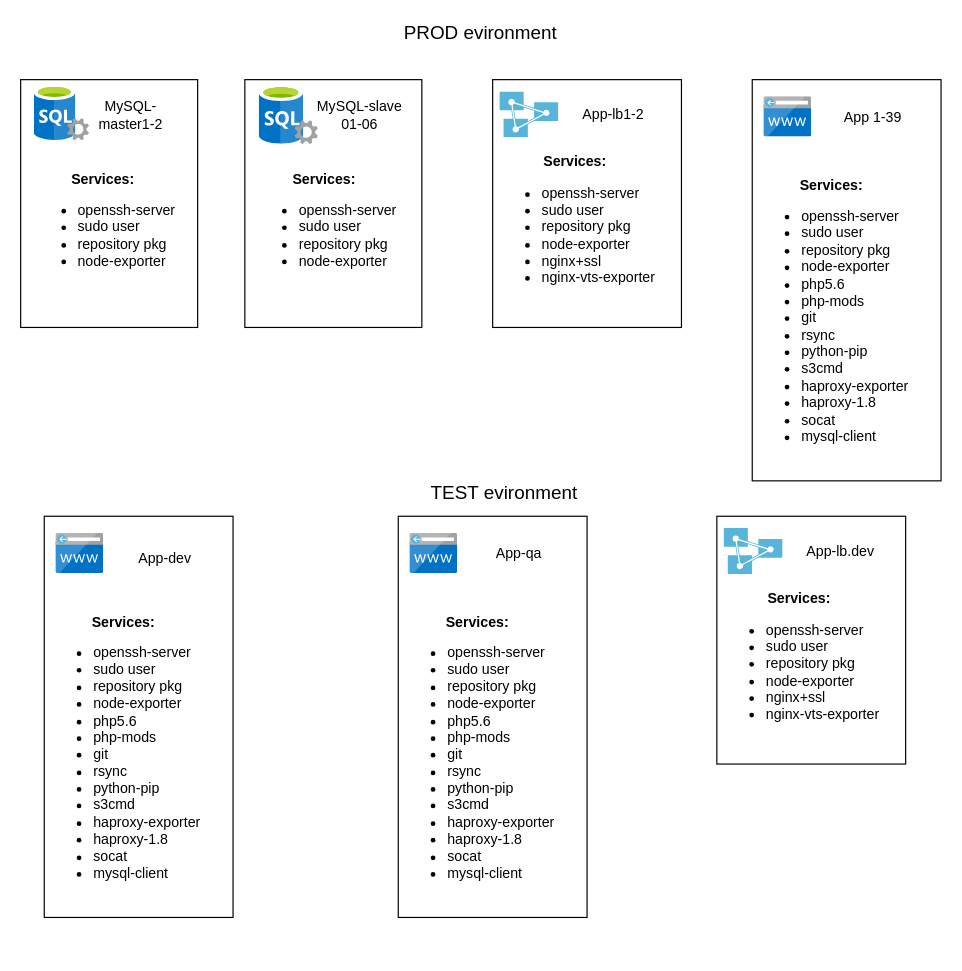
The draw.io diagram Untitled Diagram.drawio in SergeyKa-cmd/Rebrain, before the edit. Source tidied: cells renumbered, new cells numbered last; positions are measured from the earlier drawing's top-left corner, leaving out a move shared by most shapes. Both pictures are drawn from the tidied source at 118%, with x=0, y=0 at pixel (20, 20).
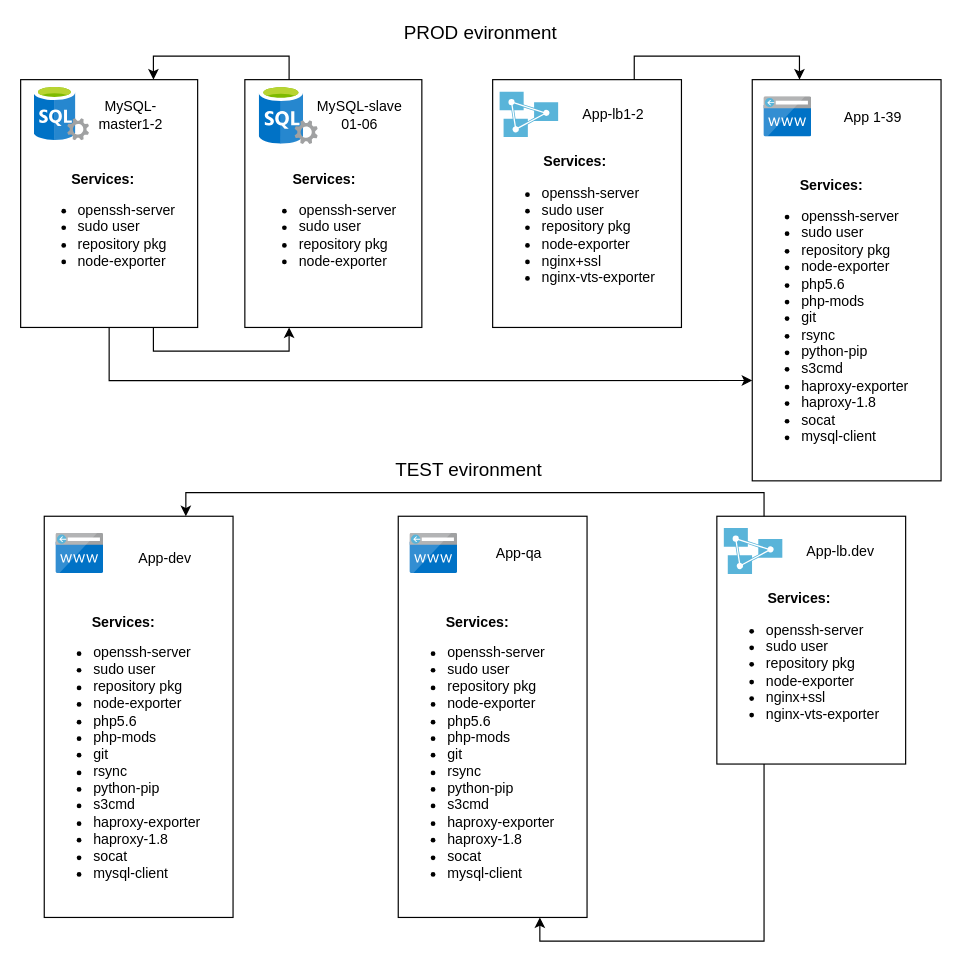
The same page after the edit.

Commit message:
OOP13 Task

Unchanged cells that the change refers to:
```xml
<mxCell id="4" style="rounded=0;whiteSpace=wrap;html=1;" parent="3" vertex="1">
  <mxGeometry width="150" height="210" as="geometry" />
</mxCell>
<mxCell id="11" style="rounded=0;whiteSpace=wrap;html=1;" parent="10" vertex="1">
  <mxGeometry width="150" height="210" as="geometry" />
</mxCell>
<mxCell id="16" style="rounded=0;whiteSpace=wrap;html=1;" parent="15" vertex="1">
  <mxGeometry width="160" height="210" as="geometry" />
</mxCell>
<mxCell id="21" style="rounded=0;whiteSpace=wrap;html=1;" parent="20" vertex="1">
  <mxGeometry width="160" height="340" as="geometry" />
</mxCell>
<mxCell id="23" value="&lt;div align=&quot;center&quot;&gt;&lt;b&gt;Services:&lt;/b&gt;&lt;br&gt;&lt;/div&gt;&lt;div align=&quot;left&quot;&gt;&lt;ul&gt;&lt;li&gt;openssh-server&lt;/li&gt;&lt;li&gt;sudo user&lt;/li&gt;&lt;li&gt;repository pkg&lt;/li&gt;&lt;li&gt;node-exporter&lt;/li&gt;&lt;li&gt;php5.6&lt;/li&gt;&lt;li&gt;php-mods&lt;/li&gt;&lt;li&gt;git&lt;/li&gt;&lt;li&gt;rsync&lt;/li&gt;&lt;li&gt;python-pip&lt;/li&gt;&lt;li&gt;s3cmd&lt;/li&gt;&lt;li&gt;haproxy-exporter&lt;/li&gt;&lt;li&gt;haproxy-1.8&lt;/li&gt;&lt;li&gt;socat&lt;/li&gt;&lt;li&gt;mysql-client&lt;br&gt;&lt;/li&gt;&lt;/ul&gt;&lt;/div&gt;" style="text;html=1;strokeColor=none;fillColor=none;align=left;verticalAlign=middle;whiteSpace=wrap;rounded=0;" parent="20" vertex="1">
  <mxGeometry y="97.1" width="160" height="210.5" as="geometry" />
</mxCell>
<mxCell id="28" style="rounded=0;whiteSpace=wrap;html=1;" parent="27" vertex="1">
  <mxGeometry width="160" height="340" as="geometry" />
</mxCell>
<mxCell id="33" style="rounded=0;whiteSpace=wrap;html=1;" parent="32" vertex="1">
  <mxGeometry width="160" height="340" as="geometry" />
</mxCell>
<mxCell id="38" style="rounded=0;whiteSpace=wrap;html=1;" parent="37" vertex="1">
  <mxGeometry width="160" height="210" as="geometry" />
</mxCell>
```

Diff of the diagram source:
```diff
@@
     <mxCell id="26" value="&lt;font style=&quot;font-size: 16px&quot;&gt;TEST evironment&lt;/font&gt;" style="text;html=1;strokeColor=none;fillColor=none;align=center;verticalAlign=middle;whiteSpace=wrap;rounded=0;" parent="1" vertex="1">
-      <mxGeometry x="310" y="390" width="200" height="20" as="geometry" />
+      <mxGeometry x="280" y="370" width="200" height="20" as="geometry" />
     </mxCell>
@@
+    <mxCell id="42" style="edgeStyle=orthogonalEdgeStyle;rounded=0;jettySize=auto;html=1;exitX=0.75;exitY=1;exitDx=0;exitDy=0;entryX=0.25;entryY=1;entryDx=0;entryDy=0;" parent="1" edge="1" source="4" target="11">
+      <mxGeometry relative="1" as="geometry" />
+    </mxCell>
+    <mxCell id="43" style="edgeStyle=orthogonalEdgeStyle;rounded=0;jettySize=auto;html=1;exitX=0.25;exitY=0;exitDx=0;exitDy=0;entryX=0.75;entryY=0;entryDx=0;entryDy=0;" parent="1" edge="1" source="11" target="4">
+      <mxGeometry relative="1" as="geometry" />
+    </mxCell>
+    <mxCell id="44" style="edgeStyle=orthogonalEdgeStyle;rounded=0;jettySize=auto;html=1;exitX=0.25;exitY=1;exitDx=0;exitDy=0;entryX=0.75;entryY=1;entryDx=0;entryDy=0;" parent="1" edge="1" source="38" target="33">
+      <mxGeometry relative="1" as="geometry" />
+    </mxCell>
+    <mxCell id="45" style="edgeStyle=orthogonalEdgeStyle;rounded=0;jettySize=auto;html=1;exitX=0.25;exitY=0;exitDx=0;exitDy=0;entryX=0.75;entryY=0;entryDx=0;entryDy=0;" parent="1" edge="1" source="38" target="28">
+      <mxGeometry relative="1" as="geometry" />
+    </mxCell>
+    <mxCell id="46" style="edgeStyle=orthogonalEdgeStyle;rounded=0;jettySize=auto;html=1;exitX=0.75;exitY=0;exitDx=0;exitDy=0;entryX=0.25;entryY=0;entryDx=0;entryDy=0;" parent="1" edge="1" source="16" target="21">
+      <mxGeometry relative="1" as="geometry" />
+    </mxCell>
+    <mxCell id="47" style="edgeStyle=orthogonalEdgeStyle;rounded=0;jettySize=auto;html=1;exitX=0.5;exitY=1;exitDx=0;exitDy=0;entryX=0;entryY=0.75;entryDx=0;entryDy=0;" parent="1" edge="1" source="4" target="23">
+      <mxGeometry relative="1" as="geometry" />
+    </mxCell>
```
